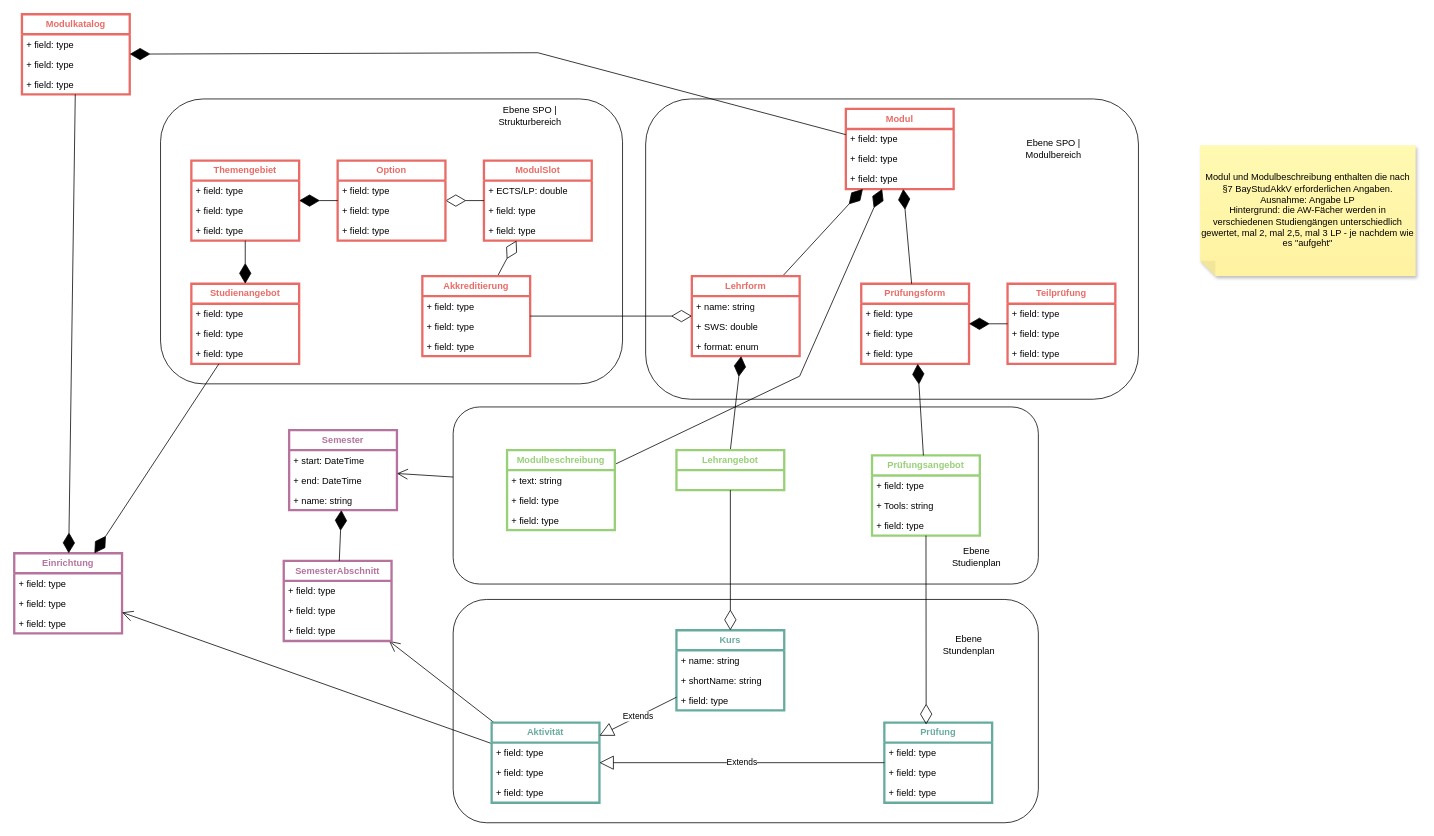
AccelerateX-org/NINE keeps this draw.io diagram as page 1 of 3 of docs/drawings/class_model_modules.drawio. Above is the earlier version. Source tidied: cells renumbered, new cells numbered last; positions are measured from the earlier drawing's top-left corner, leaving out a move shared by most shapes. Both pictures are drawn from the tidied source at 77%, with x=0, y=0 at pixel (14, 14).
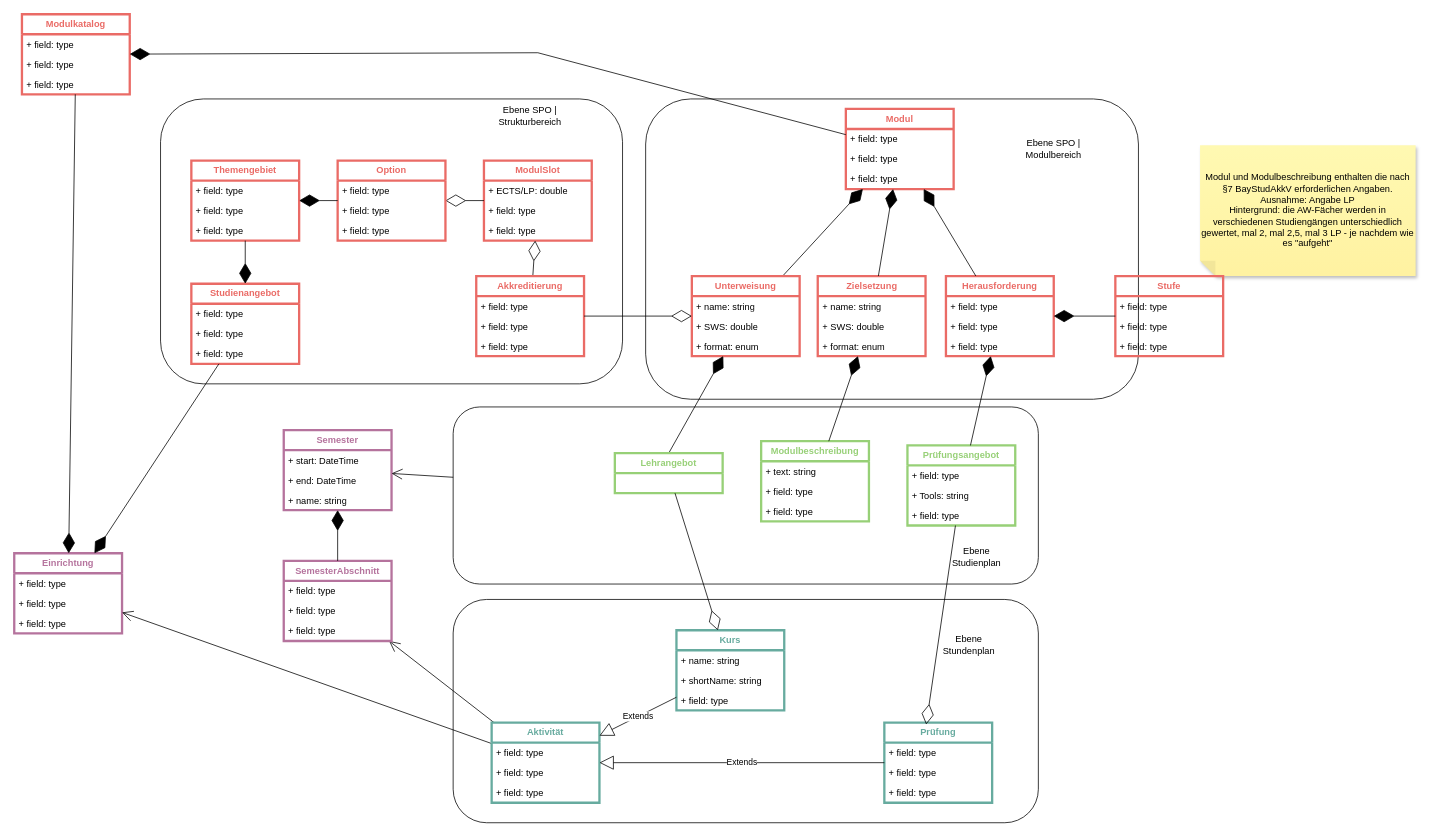
After the change.

The change refers to these unchanged cells:
```xml
<mxCell id="6" value="Modul" style="swimlane;fontStyle=1;horizontal=1;startSize=26;fillColor=none;whiteSpace=wrap;html=1;strokeColor=#EA6B66;fontColor=#EA6B66;strokeWidth=3;" parent="1" vertex="1">
  <mxGeometry x="1080" y="123" width="140" height="104" as="geometry" />
</mxCell>
```

Change to the diagram source:
```diff
@@
-    <mxCell id="11" value="Lehrform" style="swimlane;fontStyle=1;horizontal=1;startSize=26;fillColor=none;whiteSpace=wrap;html=1;strokeColor=#EA6B66;fontColor=#EA6B66;strokeWidth=3;" parent="1" vertex="1">
+    <mxCell id="11" value="Unterweisung" style="swimlane;fontStyle=1;horizontal=1;startSize=26;fillColor=none;whiteSpace=wrap;html=1;strokeColor=#EA6B66;fontColor=#EA6B66;strokeWidth=3;" parent="1" vertex="1">
       <mxGeometry x="880" y="340" width="140" height="104" as="geometry" />
     </mxCell>
@@
-    <mxCell id="15" style="endArrow=diamondThin;endFill=1;endSize=24;html=1;rounded=0;" parent="1" edge="1" source="16" target="6">
-      <mxGeometry relative="1" as="geometry">
-        <Array as="points">
-          <mxPoint x="1020" y="470" />
-        </Array>
-      </mxGeometry>
-    </mxCell>
     <mxCell id="16" value="Modulbeschreibung" style="swimlane;fontStyle=1;horizontal=1;startSize=26;fillColor=none;whiteSpace=wrap;html=1;strokeColor=#97D077;fontColor=#97D077;strokeWidth=3;" parent="1" vertex="1">
-      <mxGeometry x="640" y="566" width="140" height="104" as="geometry" />
+      <mxGeometry x="970" y="554.5" width="140" height="104" as="geometry" />
     </mxCell>
@@
     <mxCell id="20" value="Semester" style="swimlane;fontStyle=1;horizontal=1;startSize=26;fillColor=none;whiteSpace=wrap;html=1;strokeColor=#B5739D;strokeWidth=3;fontColor=#B5739D;" parent="1" vertex="1">
-      <mxGeometry x="357" y="540" width="140" height="104" as="geometry" />
+      <mxGeometry x="350" y="540" width="140" height="104" as="geometry" />
     </mxCell>
@@
     <mxCell id="26" value="Lehrangebot" style="swimlane;fontStyle=1;horizontal=1;startSize=26;fillColor=none;whiteSpace=wrap;html=1;strokeColor=#97D077;fontColor=#97D077;strokeWidth=3;" parent="1" vertex="1">
-      <mxGeometry x="860" y="566" width="140" height="52" as="geometry" />
+      <mxGeometry x="780" y="570" width="140" height="52" as="geometry" />
     </mxCell>
@@
-    <mxCell id="44" value="Prüfungsform" style="swimlane;fontStyle=1;horizontal=1;startSize=26;fillColor=none;whiteSpace=wrap;html=1;strokeColor=#EA6B66;fontColor=#EA6B66;strokeWidth=3;" parent="1" vertex="1">
-      <mxGeometry x="1100" y="350" width="140" height="104" as="geometry" />
+    <mxCell id="44" value="Herausforderung" style="swimlane;fontStyle=1;horizontal=1;startSize=26;fillColor=none;whiteSpace=wrap;html=1;strokeColor=#EA6B66;fontColor=#EA6B66;strokeWidth=3;" parent="1" vertex="1">
+      <mxGeometry x="1210" y="340" width="140" height="104" as="geometry" />
     </mxCell>
@@
-    <mxCell id="49" value="Teilprüfung" style="swimlane;fontStyle=1;horizontal=1;startSize=26;fillColor=none;whiteSpace=wrap;html=1;strokeColor=#EA6B66;fontColor=#EA6B66;strokeWidth=3;" parent="1" vertex="1">
-      <mxGeometry x="1290" y="350" width="140" height="104" as="geometry" />
+    <mxCell id="49" value="Stufe" style="swimlane;fontStyle=1;horizontal=1;startSize=26;fillColor=none;whiteSpace=wrap;html=1;strokeColor=#EA6B66;fontColor=#EA6B66;strokeWidth=3;" parent="1" vertex="1">
+      <mxGeometry x="1430" y="340" width="140" height="104" as="geometry" />
     </mxCell>
@@
     <mxCell id="54" value="Prüfungsangebot" style="swimlane;fontStyle=1;horizontal=1;startSize=26;fillColor=none;whiteSpace=wrap;html=1;strokeColor=#97D077;fontColor=#97D077;strokeWidth=3;" parent="1" vertex="1">
-      <mxGeometry x="1114" y="573" width="140" height="104" as="geometry" />
+      <mxGeometry x="1160" y="560" width="140" height="104" as="geometry" />
     </mxCell>
@@
     <mxCell id="100" value="Akkreditierung" style="swimlane;fontStyle=1;horizontal=1;startSize=26;fillColor=none;whiteSpace=wrap;html=1;fontColor=#EA6B66;strokeColor=#EA6B66;strokeWidth=3;" parent="1" vertex="1">
-      <mxGeometry x="530" y="340" width="140" height="104" as="geometry" />
+      <mxGeometry x="600" y="340" width="140" height="104" as="geometry" />
     </mxCell>
@@
+    <mxCell id="106" value="Zielsetzung" style="swimlane;fontStyle=1;horizontal=1;startSize=26;fillColor=none;whiteSpace=wrap;html=1;strokeColor=#EA6B66;fontColor=#EA6B66;strokeWidth=3;" parent="1" vertex="1">
+      <mxGeometry x="1043.5" y="340" width="140" height="104" as="geometry" />
+    </mxCell>
+    <mxCell id="107" value="+ name: string" style="text;strokeColor=none;fillColor=none;align=left;verticalAlign=top;spacingLeft=4;spacingRight=4;overflow=hidden;whiteSpace=wrap;html=1;" parent="106" vertex="1">
+      <mxGeometry y="26" width="140" height="26" as="geometry" />
+    </mxCell>
+    <mxCell id="108" value="+ SWS: double" style="text;strokeColor=none;fillColor=none;align=left;verticalAlign=top;spacingLeft=4;spacingRight=4;overflow=hidden;whiteSpace=wrap;html=1;" parent="106" vertex="1">
+      <mxGeometry y="52" width="140" height="26" as="geometry" />
+    </mxCell>
+    <mxCell id="109" value="+ format: enum" style="text;strokeColor=none;fillColor=none;align=left;verticalAlign=top;spacingLeft=4;spacingRight=4;overflow=hidden;whiteSpace=wrap;html=1;" parent="106" vertex="1">
+      <mxGeometry y="78" width="140" height="26" as="geometry" />
+    </mxCell>
+    <mxCell id="110" style="endArrow=diamondThin;endFill=1;endSize=24;html=1;rounded=0;" parent="1" edge="1" source="106" target="6">
+      <mxGeometry relative="1" as="geometry" />
+    </mxCell>
+    <mxCell id="111" style="endArrow=diamondThin;endFill=1;endSize=24;html=1;rounded=0;" parent="1" edge="1" source="16" target="106">
+      <mxGeometry relative="1" as="geometry" />
+    </mxCell>
```
